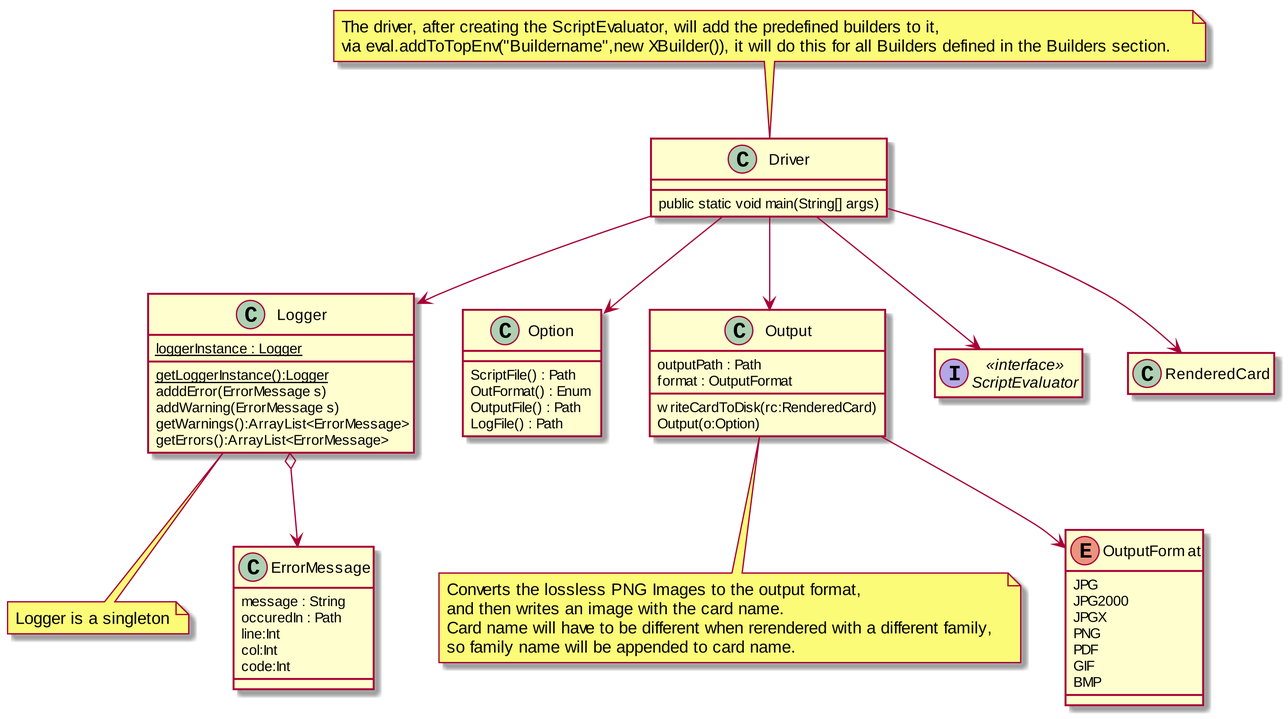
Before: Structure/DriverUML.png, a diagram exported from PlantUML (MatthewBregg/DesignPatternsRepo).
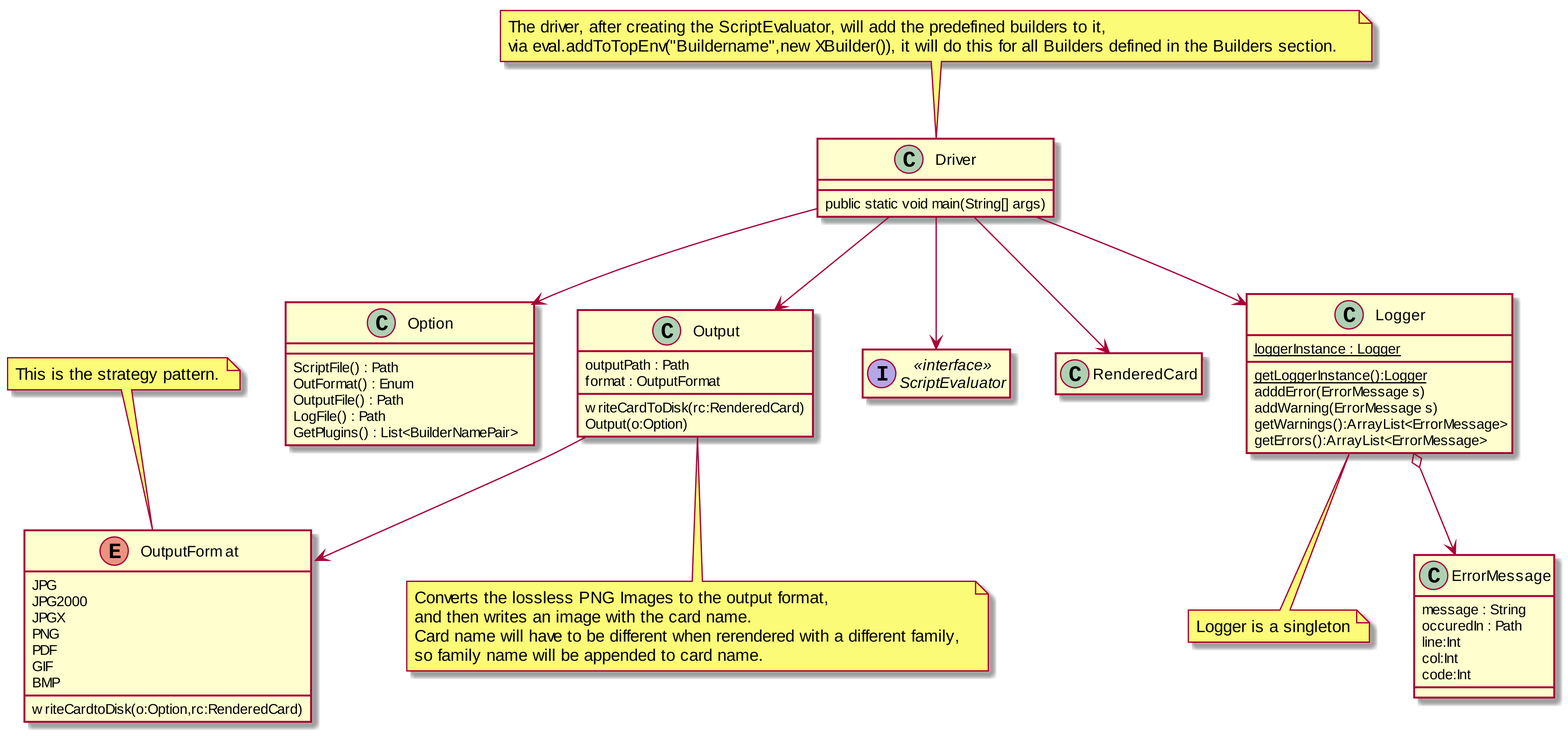
After the commit.

Commit message:
Updated drvier Driver now has strategy in output, and option has the builder plugins.

Change to the diagram source:
```diff
@@ -26,6 +26,7 @@
 Option : OutFormat() : Enum
 Option : OutputFile() : Path
 Option : LogFile() : Path
+Option : GetPlugins() : List<BuilderNamePair>
 
 class Output
 Output : outputPath : Path
@@ -49,6 +50,9 @@
   GIF
   BMP
 }
+
+OutputFormat : writeCardtoDisk(o:Option,rc:RenderedCard)
+note top : This is the strategy pattern.
 
 class Driver
 Driver : public static void main(String[] args)
```
